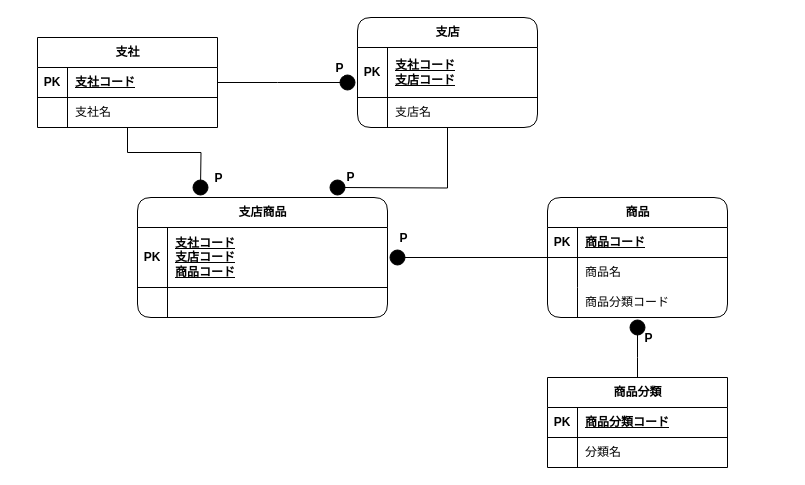
This is page "ページ2" (2 of 2) of EX4/EX4-1.drawio from ucsaeki/tatujin_DB, a draw.io file, before an edit. Source tidied: cells renumbered, new cells numbered last; positions are measured from the earlier drawing's top-left corner, leaving out a move shared by most shapes. Both pictures are drawn from the tidied source at 100%, with x=0, y=0 at pixel (37, 17).
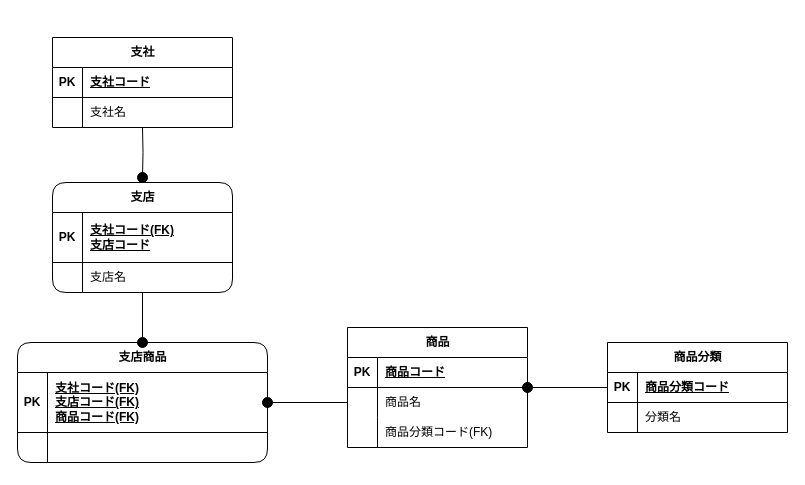
The same diagram, later.

The change refers to these unchanged cells:
```xml
<mxCell id="5" style="shape=tableRow;horizontal=0;startSize=0;swimlaneHead=0;swimlaneBody=0;fillColor=none;points=[[0,0.5],[1,0.5]];portConstraint=eastwest;top=0;left=0;right=0;bottom=1;" parent="4" vertex="1">
  <mxGeometry y="30" width="180" height="30" as="geometry" />
</mxCell>
<mxCell id="12" style="shape=tableRow;horizontal=0;startSize=0;swimlaneHead=0;swimlaneBody=0;fillColor=none;points=[[0,0.5],[1,0.5]];portConstraint=eastwest;top=0;left=0;right=0;bottom=1;" parent="11" vertex="1">
  <mxGeometry y="30" width="180" height="50" as="geometry" />
</mxCell>
<mxCell id="20" style="shape=tableRow;horizontal=0;startSize=0;swimlaneHead=0;swimlaneBody=0;fillColor=none;top=0;left=0;right=0;bottom=1;" parent="19" vertex="1">
  <mxGeometry y="30" width="250" height="60" as="geometry" />
</mxCell>
<mxCell id="31" style="shape=tableRow;horizontal=0;startSize=0;swimlaneHead=0;swimlaneBody=0;fillColor=none;points=[[0,0.5],[1,0.5]];portConstraint=eastwest;top=0;left=0;right=0;bottom=0;" parent="27" vertex="1">
  <mxGeometry y="60" width="180" height="30" as="geometry" />
</mxCell>
<mxCell id="34" style="shape=tableRow;horizontal=0;startSize=0;swimlaneHead=0;swimlaneBody=0;fillColor=none;top=0;left=0;right=0;bottom=0;" parent="27" vertex="1">
  <mxGeometry y="90" width="180" height="30" as="geometry" />
</mxCell>
<mxCell id="39" style="shape=tableRow;horizontal=0;startSize=0;swimlaneHead=0;swimlaneBody=0;fillColor=none;points=[[0,0.5],[1,0.5]];portConstraint=eastwest;top=0;left=0;right=0;bottom=1;" parent="38" vertex="1">
  <mxGeometry y="30" width="180" height="30" as="geometry" />
</mxCell>
```

Change to the diagram source:
```diff
@@
-    <mxCell id="2" style="edgeStyle=orthogonalEdgeStyle;rounded=0;jettySize=auto;html=1;exitX=1;exitY=0.5;exitDx=0;exitDy=0;endArrow=oval;endFill=1;startArrow=none;startFill=0;endSize=15;startSize=15;shadow=0;flowAnimation=0;textShadow=0;" parent="1" edge="1" source="5">
-      <mxGeometry relative="1" as="geometry">
-        <mxPoint x="310" y="65" as="targetPoint" />
-      </mxGeometry>
-    </mxCell>
-    <mxCell id="3" value="&lt;b style=&quot;font-size: 12px;&quot;&gt;P&lt;/b&gt;" style="edgeLabel;html=1;align=center;verticalAlign=middle;fontSize=12;" parent="2" vertex="1">
-      <mxGeometry x="0.4" y="-1" relative="1" as="geometry">
-        <mxPoint x="31" y="-16" as="offset" />
-      </mxGeometry>
-    </mxCell>
     <mxCell id="4" value="支社" style="shape=table;startSize=30;childLayout=tableLayout;rowLines=0;fontStyle=1;align=center;html=1;" parent="1" vertex="1">
-      <mxGeometry y="20" width="180" height="90" as="geometry" />
+      <mxGeometry x="15" y="20" width="180" height="90" as="geometry" />
     </mxCell>
@@
     <mxCell id="11" value="支店" style="shape=table;startSize=30;childLayout=tableLayout;rowLines=0;fontStyle=1;align=center;html=1;rounded=1;" parent="1" vertex="1">
-      <mxGeometry x="320" width="180" height="110" as="geometry" />
+      <mxGeometry x="15" y="165" width="180" height="110" as="geometry" />
     </mxCell>
@@
-    <mxCell id="14" value="支社コード&lt;div&gt;支店コード&lt;/div&gt;" style="shape=partialRectangle;fillColor=none;top=0;left=0;bottom=0;right=0;align=left;spacingLeft=6;fontStyle=5;overflow=hidden;whiteSpace=wrap;html=1;" parent="12" vertex="1">
+    <mxCell id="14" value="支社コード(FK)&lt;div&gt;支店コード&lt;/div&gt;" style="shape=partialRectangle;fillColor=none;top=0;left=0;bottom=0;right=0;align=left;spacingLeft=6;fontStyle=5;overflow=hidden;whiteSpace=wrap;html=1;" parent="12" vertex="1">
       <mxGeometry x="30" width="150" height="50" as="geometry" />
     </mxCell>
@@
-    <mxCell id="18" style="edgeStyle=orthogonalEdgeStyle;rounded=0;jettySize=auto;html=1;endArrow=none;endFill=0;startArrow=oval;startFill=1;endSize=15;startSize=15;" parent="1" edge="1" target="4">
-      <mxGeometry relative="1" as="geometry">
-        <mxPoint x="163" y="170" as="sourcePoint" />
-      </mxGeometry>
-    </mxCell>
     <mxCell id="19" value="支店商品" style="shape=table;startSize=30;childLayout=tableLayout;rowLines=0;fontStyle=1;align=center;html=1;rounded=1;" parent="1" vertex="1">
-      <mxGeometry x="100" y="180" width="250" height="120" as="geometry" />
+      <mxGeometry x="-20" y="325" width="250" height="120" as="geometry" />
     </mxCell>
@@
-    <mxCell id="22" value="支社コード&lt;div&gt;支店コード&lt;/div&gt;&lt;div&gt;商品コード&lt;/div&gt;" style="shape=partialRectangle;fillColor=none;top=0;left=0;bottom=0;right=0;align=left;spacingLeft=6;fontStyle=5;overflow=hidden;whiteSpace=wrap;html=1;" parent="20" vertex="1">
+    <mxCell id="22" value="支社コード(FK)&lt;div&gt;支店コード&lt;span style=&quot;background-color: initial;&quot;&gt;(FK)&lt;/span&gt;&lt;/div&gt;&lt;div&gt;商品コード&lt;span style=&quot;background-color: initial;&quot;&gt;(FK)&lt;/span&gt;&lt;/div&gt;" style="shape=partialRectangle;fillColor=none;top=0;left=0;bottom=0;right=0;align=left;spacingLeft=6;fontStyle=5;overflow=hidden;whiteSpace=wrap;html=1;" parent="20" vertex="1">
       <mxGeometry x="30" width="220" height="60" as="geometry" />
     </mxCell>
@@
-    <mxCell id="26" style="edgeStyle=orthogonalEdgeStyle;rounded=0;orthogonalLoop=1;jettySize=auto;html=1;exitX=0;exitY=0.25;exitDx=0;exitDy=0;endArrow=oval;endFill=1;startArrow=none;startFill=0;endSize=15;startSize=15;" parent="1" edge="1">
-      <mxGeometry relative="1" as="geometry">
-        <mxPoint x="510" y="240" as="sourcePoint" />
-        <mxPoint x="360" y="240" as="targetPoint" />
-      </mxGeometry>
-    </mxCell>
-    <mxCell id="27" value="商品" style="shape=table;startSize=30;childLayout=tableLayout;rowLines=0;fontStyle=1;align=center;html=1;rounded=1;" parent="1" vertex="1">
-      <mxGeometry x="510" y="180" width="180" height="120" as="geometry" />
+    <mxCell id="27" value="商品" style="shape=table;startSize=30;childLayout=tableLayout;rowLines=0;fontStyle=1;align=center;html=1;rounded=0;" parent="1" vertex="1">
+      <mxGeometry x="310" y="310" width="180" height="120" as="geometry" />
     </mxCell>
@@
-    <mxCell id="36" value="商品分類コード" style="shape=partialRectangle;fillColor=none;top=0;left=0;bottom=0;right=0;align=left;spacingLeft=6;overflow=hidden;whiteSpace=wrap;html=1;" parent="34" vertex="1">
+    <mxCell id="36" value="商品分類コード(FK)" style="shape=partialRectangle;fillColor=none;top=0;left=0;bottom=0;right=0;align=left;spacingLeft=6;overflow=hidden;whiteSpace=wrap;html=1;" parent="34" vertex="1">
       <mxGeometry x="30" width="150" height="30" as="geometry" />
     </mxCell>
-    <mxCell id="37" style="edgeStyle=orthogonalEdgeStyle;rounded=0;jettySize=auto;html=1;exitX=0.5;exitY=0;exitDx=0;exitDy=0;endArrow=oval;endFill=1;startArrow=none;startFill=0;endSize=15;startSize=15;" parent="1" edge="1" source="38">
-      <mxGeometry relative="1" as="geometry">
-        <mxPoint x="600" y="310" as="targetPoint" />
-      </mxGeometry>
-    </mxCell>
     <mxCell id="38" value="商品分類" style="shape=table;startSize=30;childLayout=tableLayout;rowLines=0;fontStyle=1;align=center;html=1;" parent="1" vertex="1">
-      <mxGeometry x="510" y="360" width="180" height="90" as="geometry" />
+      <mxGeometry x="570" y="325" width="180" height="90" as="geometry" />
     </mxCell>
@@
-    <mxCell id="45" style="html=1;verticalAlign=bottom;startArrow=oval;startFill=1;endArrow=none;startSize=15;rounded=0;edgeStyle=orthogonalEdgeStyle;endSize=15;endFill=0;" parent="1" edge="1" target="11">
-      <mxGeometry relative="1" as="geometry">
-        <mxPoint x="300" y="170" as="sourcePoint" />
-      </mxGeometry>
-    </mxCell>
-    <mxCell id="46" style="edgeStyle=orthogonalEdgeStyle;rounded=0;jettySize=auto;html=1;exitX=0;exitY=0.5;exitDx=0;exitDy=0;" parent="1" edge="1" source="12">
-      <mxGeometry relative="1" as="geometry">
-        <mxPoint x="320" y="55" as="targetPoint" />
-      </mxGeometry>
-    </mxCell>
-    <mxCell id="47" value="&lt;b style=&quot;font-size: 12px;&quot;&gt;P&lt;/b&gt;" style="edgeLabel;html=1;align=center;verticalAlign=middle;fontSize=12;" parent="1" vertex="1">
-      <mxGeometry x="180" y="160" as="geometry" />
-    </mxCell>
-    <mxCell id="48" value="&lt;b style=&quot;font-size: 12px;&quot;&gt;P&lt;/b&gt;" style="edgeLabel;html=1;align=center;verticalAlign=middle;fontSize=12;" parent="1" vertex="1">
-      <mxGeometry x="320" y="150" as="geometry">
-        <mxPoint x="-8" y="9" as="offset" />
-      </mxGeometry>
-    </mxCell>
-    <mxCell id="49" value="&lt;b style=&quot;font-size: 12px;&quot;&gt;P&lt;/b&gt;" style="edgeLabel;html=1;align=center;verticalAlign=middle;fontSize=12;" parent="1" vertex="1">
-      <mxGeometry x="380" y="220" as="geometry">
-        <mxPoint x="-15" as="offset" />
-      </mxGeometry>
-    </mxCell>
-    <mxCell id="50" value="&lt;b style=&quot;font-size: 12px;&quot;&gt;P&lt;/b&gt;" style="edgeLabel;html=1;align=center;verticalAlign=middle;fontSize=12;" parent="1" vertex="1">
-      <mxGeometry x="610" y="320" as="geometry" />
-    </mxCell>
+    <mxCell id="51" style="edgeStyle=orthogonalEdgeStyle;rounded=0;jettySize=auto;html=1;exitX=0;exitY=0.5;exitDx=0;exitDy=0;endArrow=oval;endFill=1;endSize=10;" parent="1" edge="1" source="31" target="19">
+      <mxGeometry relative="1" as="geometry" />
+    </mxCell>
+    <mxCell id="52" style="edgeStyle=orthogonalEdgeStyle;rounded=0;jettySize=auto;html=1;exitX=0;exitY=0.5;exitDx=0;exitDy=0;endArrow=oval;endFill=1;endSize=10;startArrow=none;startFill=0;startSize=10;" parent="1" edge="1" source="39" target="27">
+      <mxGeometry relative="1" as="geometry" />
+    </mxCell>
+    <mxCell id="53" style="edgeStyle=orthogonalEdgeStyle;rounded=0;jettySize=auto;html=1;endArrow=none;endFill=0;startArrow=oval;startFill=1;endSize=6;startSize=10;" parent="1" edge="1" target="4">
+      <mxGeometry relative="1" as="geometry">
+        <mxPoint x="105" y="160" as="sourcePoint" />
+      </mxGeometry>
+    </mxCell>
+    <mxCell id="54" style="edgeStyle=orthogonalEdgeStyle;rounded=0;jettySize=auto;html=1;exitX=0.5;exitY=0;exitDx=0;exitDy=0;startArrow=oval;startFill=1;startSize=10;endArrow=none;endFill=0;" parent="1" edge="1" source="19" target="11">
+      <mxGeometry relative="1" as="geometry" />
+    </mxCell>
```
